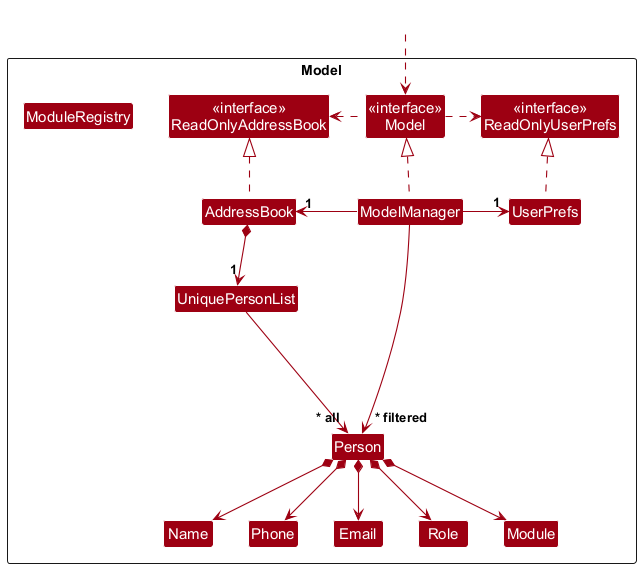
Above: docs/images/ModelClassDiagram.png in wallacepck/tp (PlantUML), before the change. Source of this version:
```plantuml
@startuml
!include style.puml
skinparam arrowThickness 1.1
skinparam arrowColor MODEL_COLOR
skinparam classBackgroundColor MODEL_COLOR

Package Model as ModelPackage <<Rectangle>>{
Class "<<interface>>\nReadOnlyAddressBook" as ReadOnlyAddressBook
Class "<<interface>>\nReadOnlyUserPrefs" as ReadOnlyUserPrefs
Class "<<interface>>\nModel" as Model
Class AddressBook
Class ModelManager
Class UserPrefs

Class UniquePersonList
Class Person
Class Email
Class Name
Class Phone
class Role
Class ModuleRegistry
Class Module

Class I #FFFFFF
}

Class HiddenOutside #FFFFFF
HiddenOutside ..> Model

AddressBook .up.|> ReadOnlyAddressBook

ModelManager .up.|> Model
Model .right.> ReadOnlyUserPrefs
Model .left.> ReadOnlyAddressBook
ModelManager -left-> "1" AddressBook
ModelManager -right-> "1" UserPrefs
UserPrefs .up.|> ReadOnlyUserPrefs

AddressBook *--> "1" UniquePersonList
UniquePersonList --> "~* all" Person
Person *--> Name
Person *--> Phone
Person *--> Email
Person *--> Role
Person *--> Module

Person -[hidden]up--> I
UniquePersonList -[hidden]right-> I

Name -[hidden]right-> Phone
Phone -[hidden]right-> Email

ModelManager --> "~* filtered" Person
@enduml
```
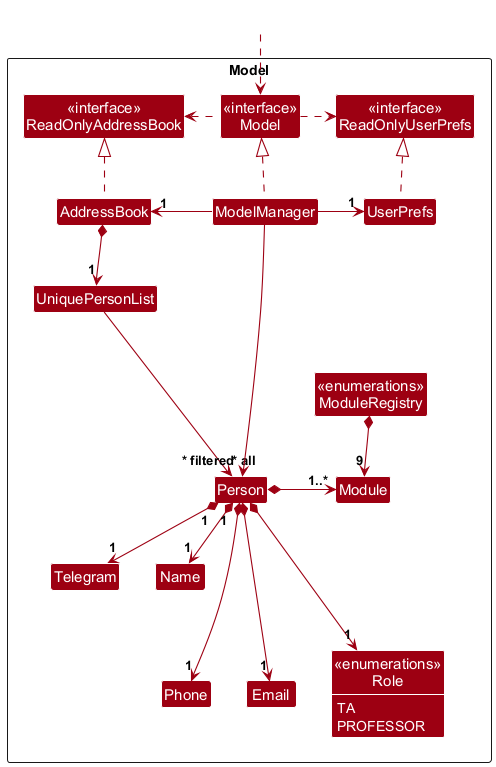
After the commit.

Commit message:
Update model, parser, logic uml; Update readme links

Diff of the diagram source:
```diff
@@ -3,6 +3,7 @@
 skinparam arrowThickness 1.1
 skinparam arrowColor MODEL_COLOR
 skinparam classBackgroundColor MODEL_COLOR
+skinparam classAttributeFontColor white
 
 Package Model as ModelPackage <<Rectangle>>{
 Class "<<interface>>\nReadOnlyAddressBook" as ReadOnlyAddressBook
@@ -14,11 +15,19 @@
 
 Class UniquePersonList
 Class Person
+together {
+Class Name
+Class Telegram
+}
+together {
+Class Phone
 Class Email
-Class Name
-Class Phone
-class Role
-Class ModuleRegistry
+Class "<<enumerations>>\nRole" as Role {
+    TA
+    PROFESSOR
+}
+}
+Class "<<enumerations>>\nModuleRegistry" as ModuleRegistry
 Class Module
 
 Class I #FFFFFF
@@ -38,11 +47,13 @@
 
 AddressBook *--> "1" UniquePersonList
 UniquePersonList --> "~* all" Person
-Person *--> Name
-Person *--> Phone
-Person *--> Email
-Person *--> Role
-Person *--> Module
+Person "1"*-->"1" Name
+Person "1"*-->"1" Telegram
+Person *--->"1" Phone
+Person *--->"1" Email
+Person *--->"1" Role
+Person *-r->"1..*" Module
+ModuleRegistry *-d->"9" Module
 
 Person -[hidden]up--> I
 UniquePersonList -[hidden]right-> I
```
